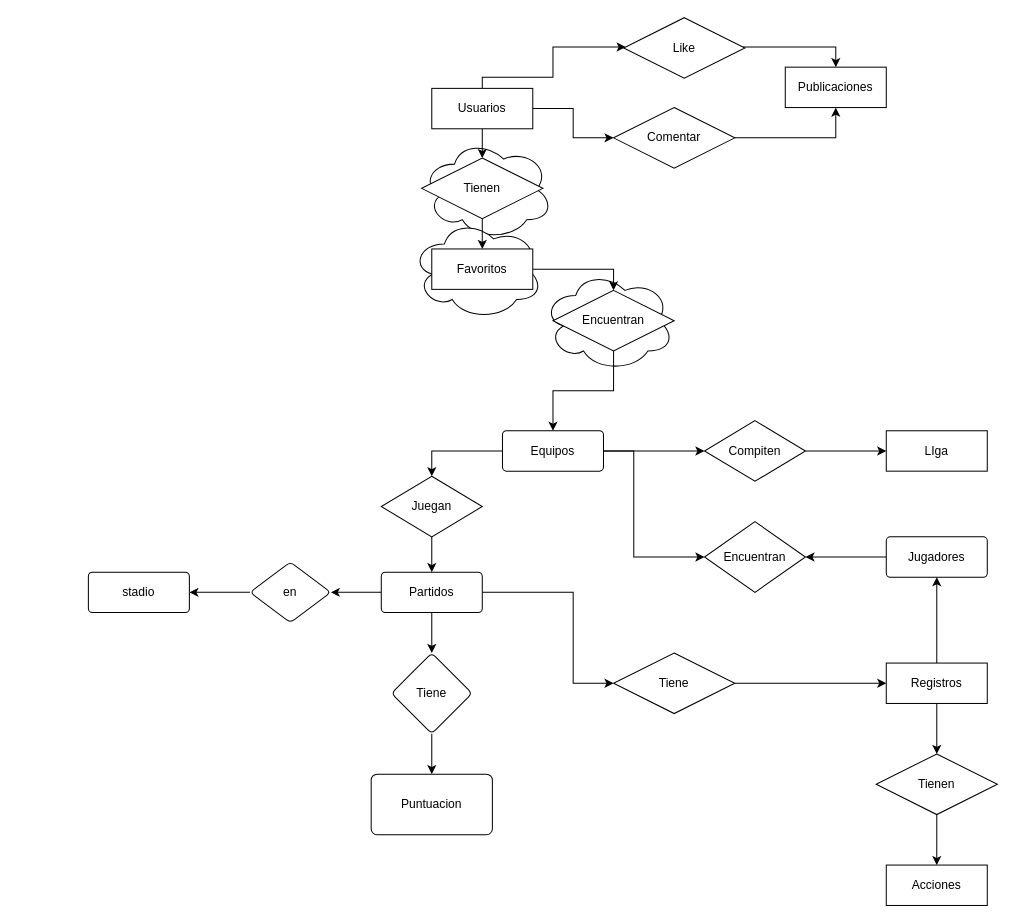
The draw.io diagram basket.drawio in Resultados-deportivos/Doc, before the edit. Source tidied: cells renumbered, new cells numbered last; positions are measured from the earlier drawing's top-left corner, leaving out a move shared by most shapes. Both pictures are drawn from the tidied source at 101%, with x=0, y=0 at pixel (88, 17).
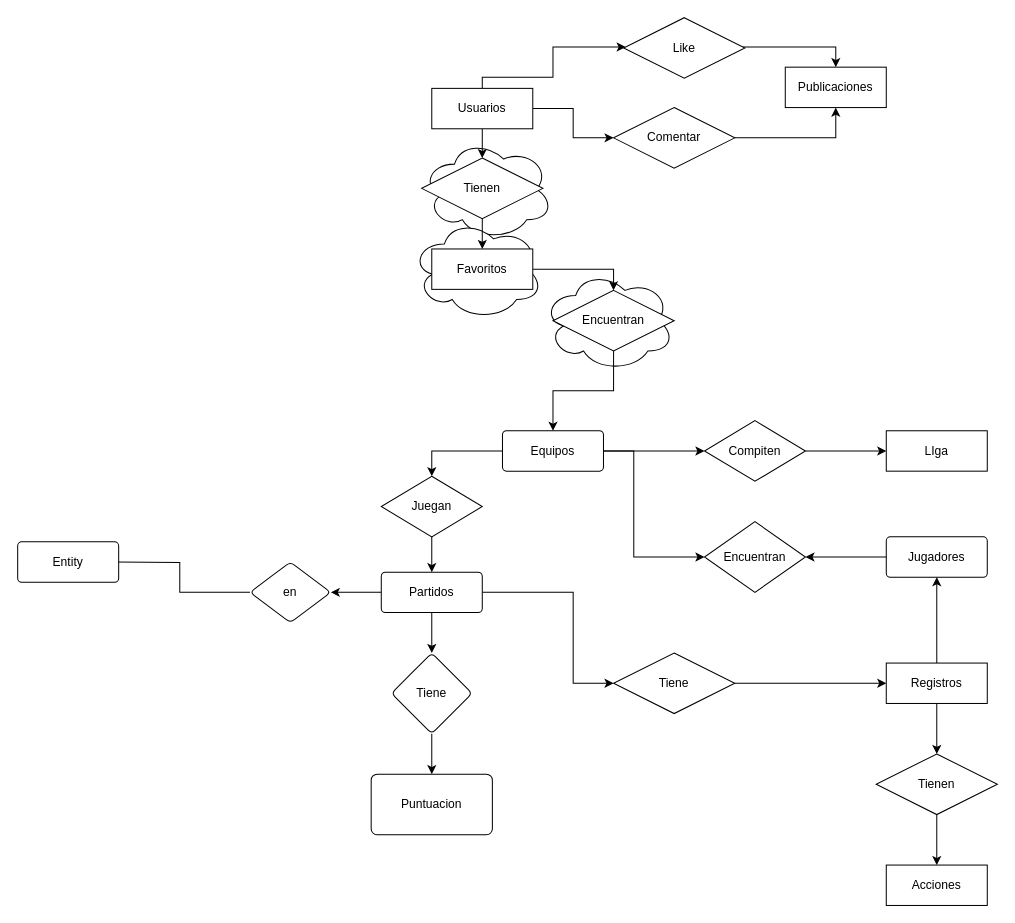
Above is the later version.

The change refers to these unchanged cells:
```xml
<mxCell id="48" value="en" style="rhombus;whiteSpace=wrap;html=1;rounded=1;arcSize=10;" parent="1" vertex="1">
  <mxGeometry x="160" y="539" width="80" height="60" as="geometry" />
</mxCell>
```

The edit, as a diff of the source:
```diff
@@
-    <mxCell id="47" style="edgeStyle=orthogonalEdgeStyle;rounded=0;jettySize=auto;html=1;entryX=1;entryY=0.5;entryDx=0;entryDy=0;" parent="1" edge="1" source="48" target="49">
-      <mxGeometry relative="1" as="geometry" />
-    </mxCell>
+    <mxCell id="50" style="edgeStyle=orthogonalEdgeStyle;rounded=0;jettySize=auto;html=1;" parent="1" edge="1" source="48">
+      <mxGeometry relative="1" as="geometry">
+        <mxPoint x="20" y="539" as="targetPoint" />
+      </mxGeometry>
+    </mxCell>
@@
-    <mxCell id="49" value="stadio" style="rounded=1;arcSize=10;whiteSpace=wrap;html=1;align=center;" parent="1" vertex="1">
-      <mxGeometry y="549" width="100" height="40" as="geometry" />
-    </mxCell>
+    <mxCell id="51" value="Entity" style="rounded=1;arcSize=10;whiteSpace=wrap;html=1;align=center;" parent="1" vertex="1">
+      <mxGeometry x="-70" y="519" width="100" height="40" as="geometry" />
+    </mxCell>
```
